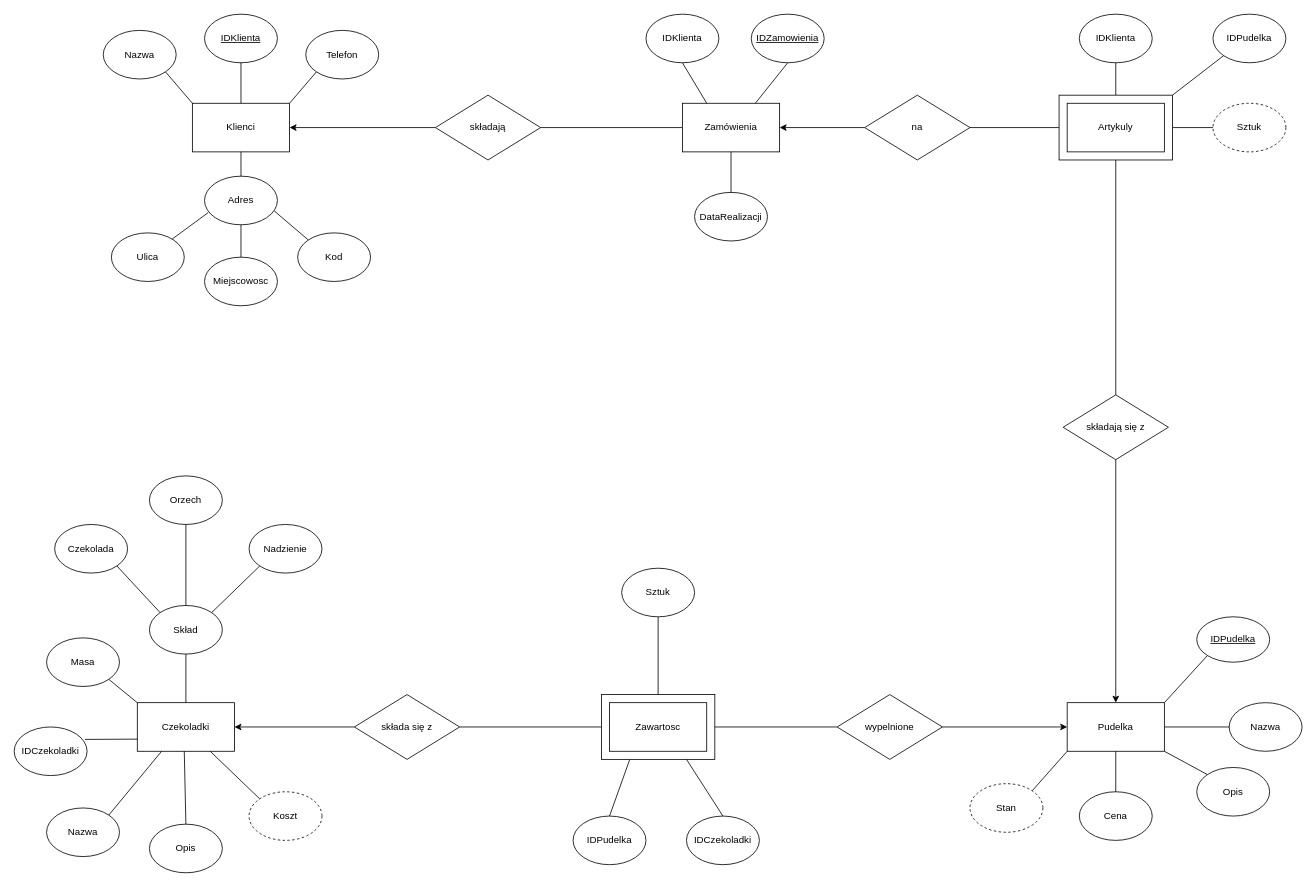
jniktw/bazydanychGIN keeps this draw.io diagram as cw1_zad4.drawio. Above is the earlier version. Source tidied: cells renumbered, new cells numbered last; positions are measured from the earlier drawing's top-left corner, leaving out a move shared by most shapes. Both pictures are drawn from the tidied source at 81%, with x=0, y=0 at pixel (14, 14).
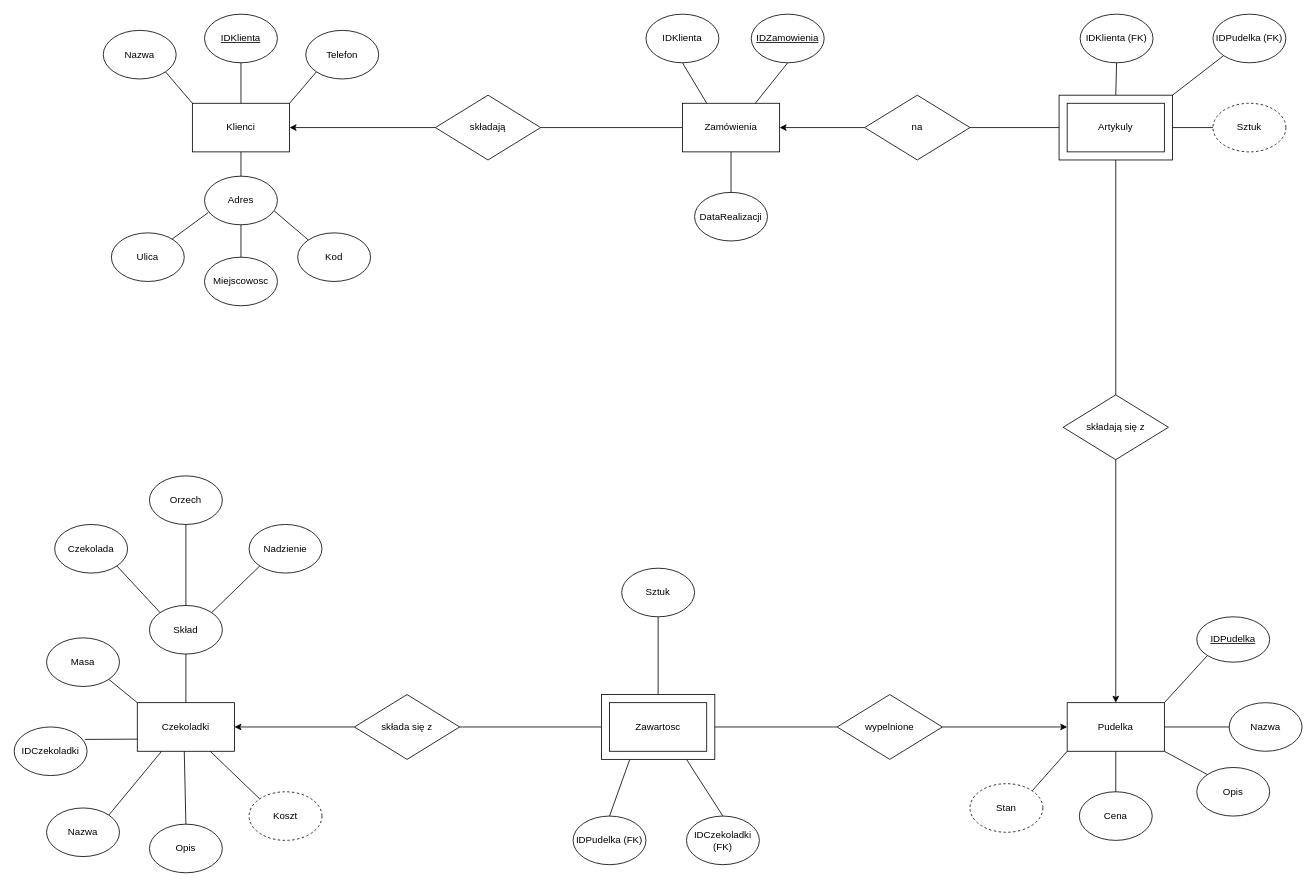
The same diagram, later.

Change to the diagram source:
```diff
@@
-    <mxCell id="33" value="IDKlienta" style="ellipse;whiteSpace=wrap;html=1;" parent="1" vertex="1">
-      <mxGeometry x="1315" width="90" height="60" as="geometry" />
+    <mxCell id="33" value="IDKlienta (FK)" style="ellipse;whiteSpace=wrap;html=1;" parent="1" vertex="1">
+      <mxGeometry x="1316" width="90" height="60" as="geometry" />
     </mxCell>
-    <mxCell id="34" value="IDPudelka" style="ellipse;whiteSpace=wrap;html=1;" parent="1" vertex="1">
+    <mxCell id="34" value="IDPudelka (FK)" style="ellipse;whiteSpace=wrap;html=1;" parent="1" vertex="1">
       <mxGeometry x="1480" width="90" height="60" as="geometry" />
     </mxCell>
@@
-    <mxCell id="54" value="IDCzekoladki" style="ellipse;whiteSpace=wrap;html=1;" parent="1" vertex="1">
+    <mxCell id="54" value="IDCzekoladki (FK)" style="ellipse;whiteSpace=wrap;html=1;" parent="1" vertex="1">
       <mxGeometry x="830" y="990" width="90" height="60" as="geometry" />
     </mxCell>
-    <mxCell id="55" value="IDPudelka" style="ellipse;whiteSpace=wrap;html=1;" parent="1" vertex="1">
+    <mxCell id="55" value="IDPudelka (FK)" style="ellipse;whiteSpace=wrap;html=1;" parent="1" vertex="1">
       <mxGeometry x="690" y="990" width="90" height="60" as="geometry" />
     </mxCell>
```
